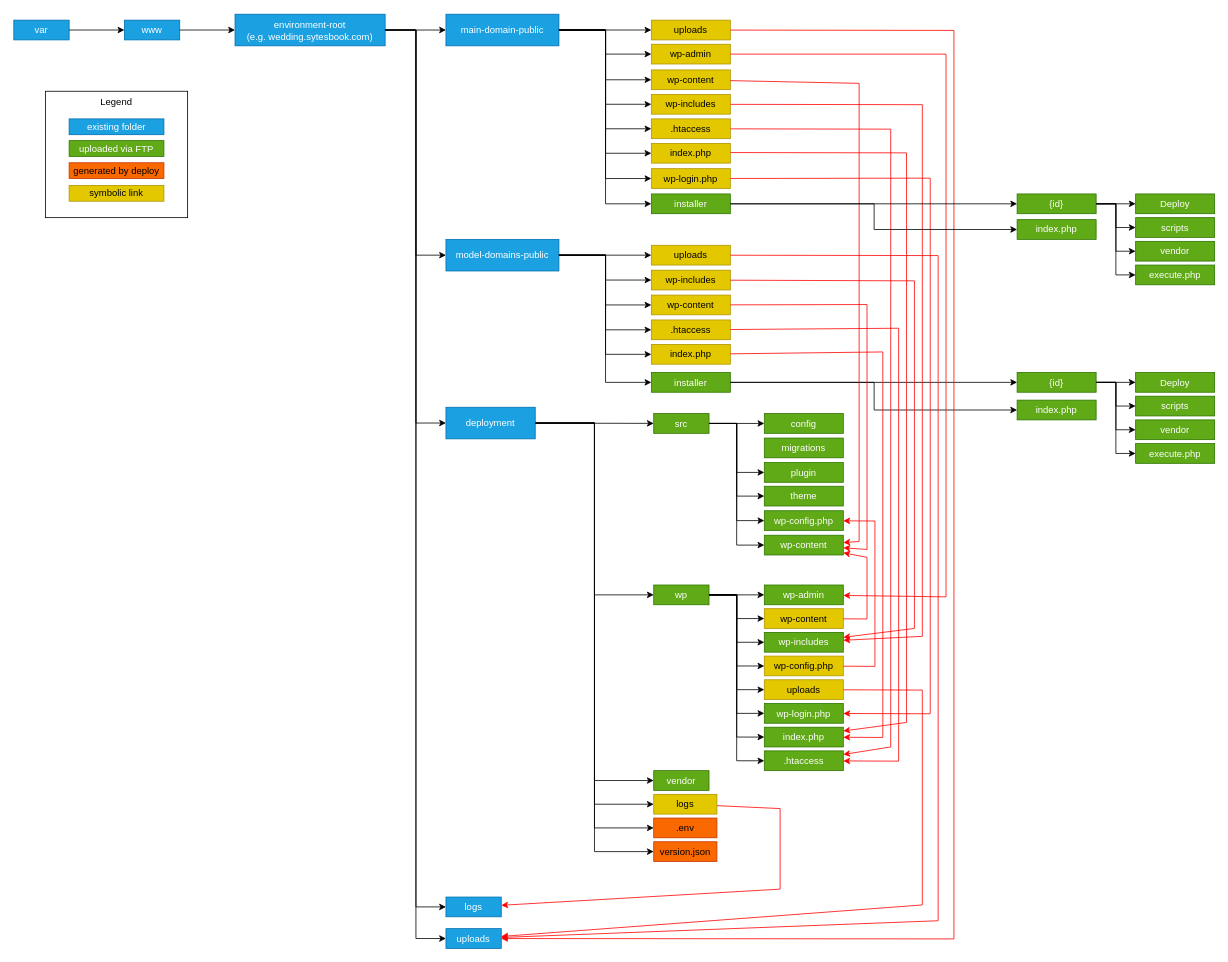
This is page "Server Directory Structure v2" (2 of 4) of docs/sytesbook.wpwedding.deploy.drawio from dkuratowski/sytesbook-wpwedding-deploy, a draw.io file, before an edit. Source tidied: cells renumbered, new cells numbered last; positions are measured from the earlier drawing's top-left corner, leaving out a move shared by most shapes. Both pictures are drawn from the tidied source at 79%, with x=0, y=0 at pixel (13, 13).
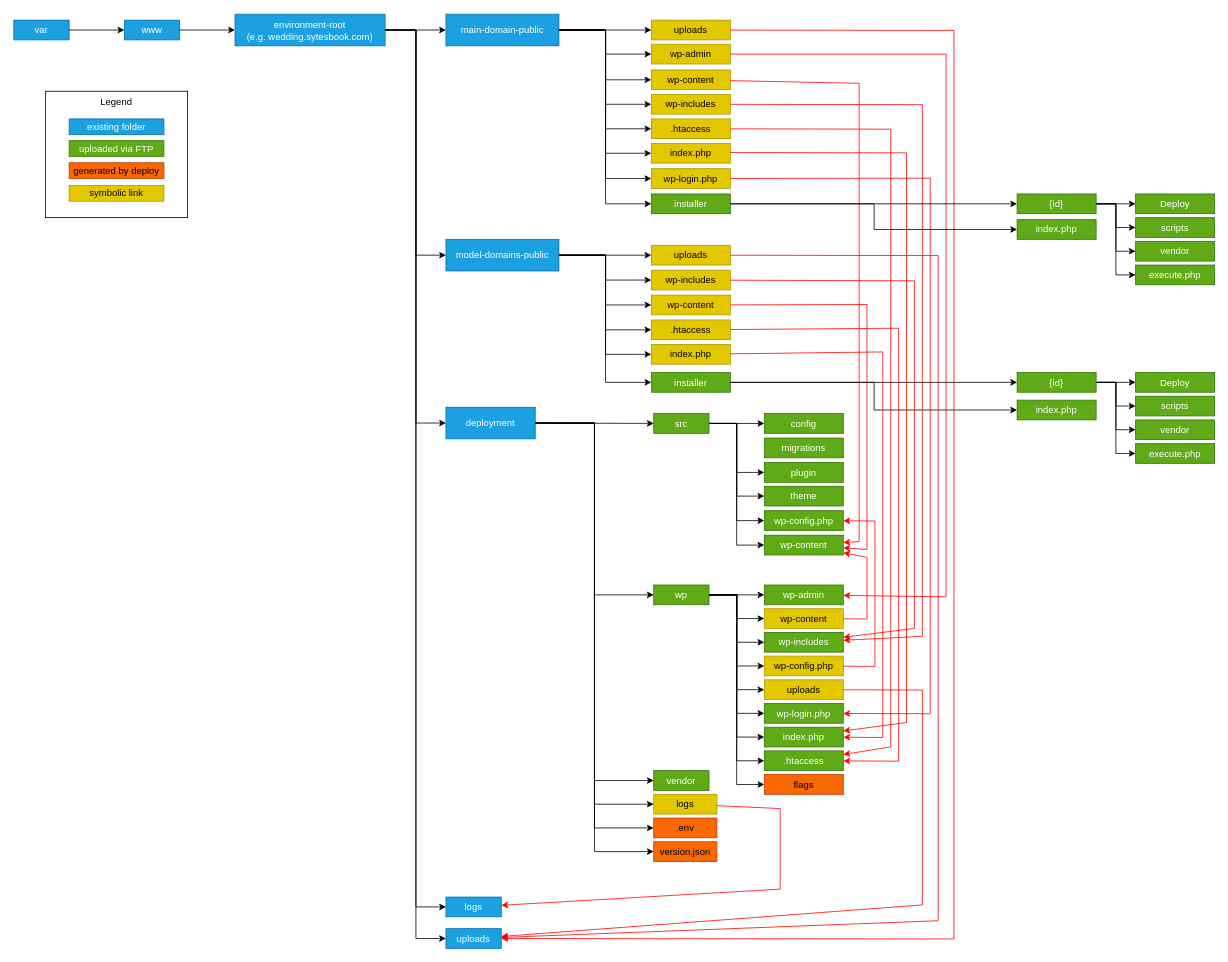
After the change.

Commit message:
Updated server directory structure diagram: `flags` directory added

Unchanged cells that the change refers to:
```xml
<mxCell id="2" value="wp" style="rounded=0;whiteSpace=wrap;html=1;fillColor=#60a917;fontColor=#ffffff;strokeColor=#2D7600;" parent="1" vertex="1">
  <mxGeometry x="810" y="723" width="70" height="25" as="geometry" />
</mxCell>
```

Change to the diagram source:
```diff
@@
+    <mxCell id="130" value="flags" style="rounded=0;whiteSpace=wrap;html=1;fillColor=#fa6800;strokeColor=#C73500;fontColor=#000000;" parent="1" vertex="1">
+      <mxGeometry x="950" y="963" width="100" height="25" as="geometry" />
+    </mxCell>
+    <mxCell id="131" style="endArrow=classic;html=1;rounded=0;edgeStyle=elbowEdgeStyle;" parent="1" edge="1" source="2" target="130">
+      <mxGeometry relative="1" as="geometry" />
+    </mxCell>
```
